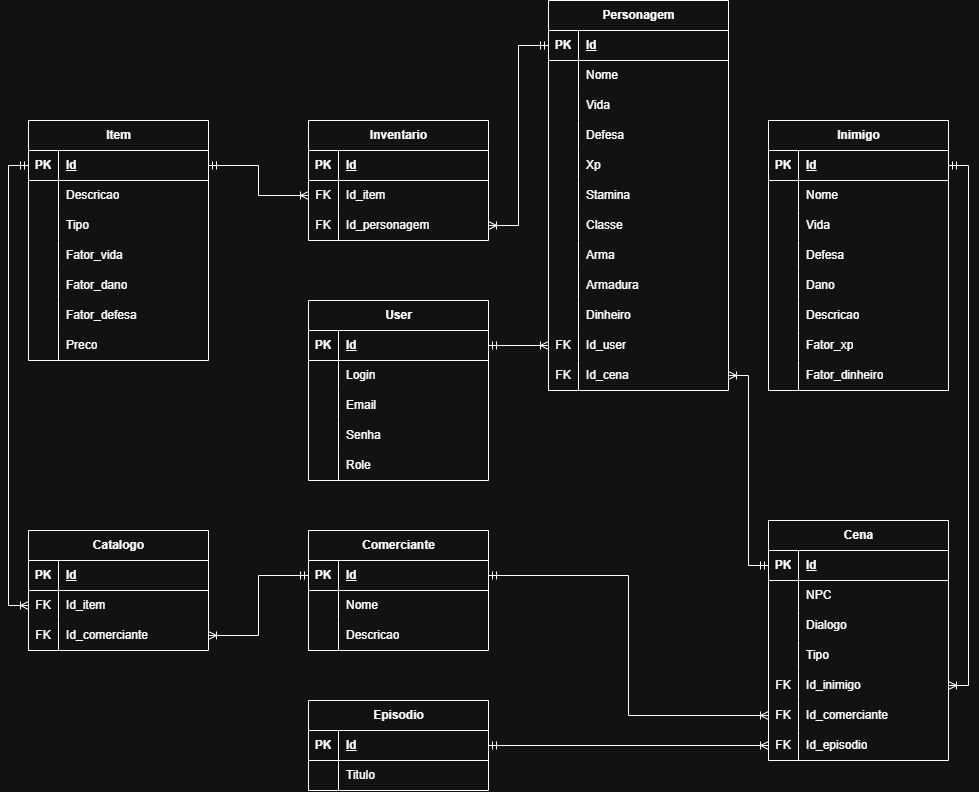
The draw.io diagram doc/diagramas/modelo-banco-de-dados.drawio.png in cp2-dc-info-projeto-final/safigames, before a commit. Source tidied: cells renumbered, new cells last; positions are measured from the earlier drawing's top-left corner, leaving out a move shared by most shapes.
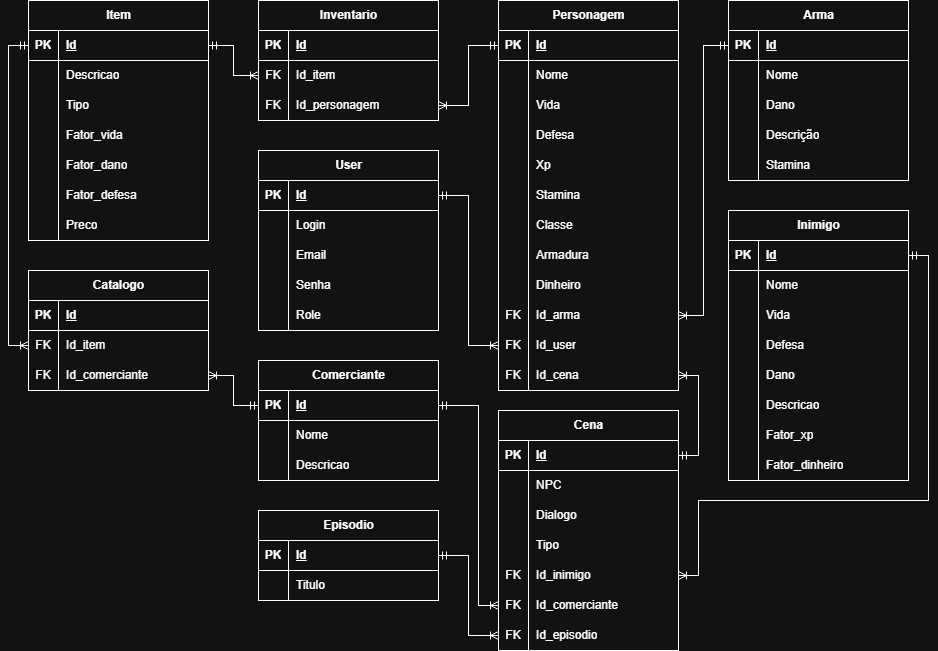
Later version of the same file.

The edit, as a diff of the source:
```diff
@@ -3,7 +3,7 @@
     <mxCell id="0" />
     <mxCell id="1" parent="0" />
     <mxCell id="2" value="User" style="shape=table;startSize=30;rowLines=0;fontStyle=1;align=center;html=1;" parent="1" vertex="1">
-      <mxGeometry x="280" y="300" width="180" height="180" as="geometry" />
+      <mxGeometry x="290" y="240" width="180" height="180" as="geometry" />
     </mxCell>
     <mxCell id="3" style="shape=tableRow;horizontal=0;startSize=0;swimlaneHead=0;swimlaneBody=0;fillColor=none;points=[[0,0.5],[1,0.5]];portConstraint=eastwest;top=0;left=0;right=0;bottom=1;" parent="2" vertex="1">
       <mxGeometry y="30" width="180" height="30" as="geometry" />
@@ -51,7 +51,7 @@
       <mxGeometry x="30" width="150" height="30" as="geometry" />
     </mxCell>
     <mxCell id="18" value="Personagem" style="shape=table;startSize=30;rowLines=0;fontStyle=1;align=center;html=1;" parent="1" vertex="1">
-      <mxGeometry x="520" width="180" height="390" as="geometry" />
+      <mxGeometry x="530" y="90" width="180" height="390" as="geometry" />
     </mxCell>
     <mxCell id="19" style="shape=tableRow;horizontal=0;startSize=0;swimlaneHead=0;swimlaneBody=0;fillColor=none;points=[[0,0.5],[1,0.5]];portConstraint=eastwest;top=0;left=0;right=0;bottom=1;" parent="18" vertex="1">
       <mxGeometry y="30" width="180" height="30" as="geometry" />
@@ -116,17 +116,8 @@
     <mxCell id="39" value="Classe" style="shape=partialRectangle;fillColor=none;top=0;left=0;bottom=0;right=0;align=left;spacingLeft=6;overflow=hidden;whiteSpace=wrap;html=1;" parent="37" vertex="1">
       <mxGeometry x="30" width="150" height="30" as="geometry" />
     </mxCell>
-    <mxCell id="40" style="shape=tableRow;horizontal=0;startSize=0;swimlaneHead=0;swimlaneBody=0;fillColor=none;top=0;left=0;right=0;bottom=0;" parent="18" vertex="1">
-      <mxGeometry y="240" width="180" height="30" as="geometry" />
-    </mxCell>
-    <mxCell id="41" style="shape=partialRectangle;fillColor=none;top=0;left=0;bottom=0;right=0;overflow=hidden;whiteSpace=wrap;html=1;" parent="40" vertex="1">
-      <mxGeometry width="30" height="30" as="geometry" />
-    </mxCell>
-    <mxCell id="42" value="Arma" style="shape=partialRectangle;fillColor=none;top=0;left=0;bottom=0;right=0;align=left;spacingLeft=6;overflow=hidden;whiteSpace=wrap;html=1;" parent="40" vertex="1">
-      <mxGeometry x="30" width="150" height="30" as="geometry" />
-    </mxCell>
     <mxCell id="43" style="shape=tableRow;horizontal=0;startSize=0;swimlaneHead=0;swimlaneBody=0;fillColor=none;top=0;left=0;right=0;bottom=0;" parent="18" vertex="1">
-      <mxGeometry y="270" width="180" height="30" as="geometry" />
+      <mxGeometry y="240" width="180" height="30" as="geometry" />
     </mxCell>
     <mxCell id="44" style="shape=partialRectangle;fillColor=none;top=0;left=0;bottom=0;right=0;overflow=hidden;whiteSpace=wrap;html=1;" parent="43" vertex="1">
       <mxGeometry width="30" height="30" as="geometry" />
@@ -135,7 +126,7 @@
       <mxGeometry x="30" width="150" height="30" as="geometry" />
     </mxCell>
     <mxCell id="46" style="shape=tableRow;horizontal=0;startSize=0;swimlaneHead=0;swimlaneBody=0;fillColor=none;top=0;left=0;right=0;bottom=0;" parent="18" vertex="1">
-      <mxGeometry y="300" width="180" height="30" as="geometry" />
+      <mxGeometry y="270" width="180" height="30" as="geometry" />
     </mxCell>
     <mxCell id="47" style="shape=partialRectangle;fillColor=none;top=0;left=0;bottom=0;right=0;overflow=hidden;whiteSpace=wrap;html=1;" parent="46" vertex="1">
       <mxGeometry width="30" height="30" as="geometry" />
@@ -144,25 +135,34 @@
       <mxGeometry x="30" width="150" height="30" as="geometry" />
     </mxCell>
     <mxCell id="49" style="shape=tableRow;horizontal=0;startSize=0;swimlaneHead=0;swimlaneBody=0;fillColor=none;points=[[0,0.5],[1,0.5]];portConstraint=eastwest;top=0;left=0;right=0;bottom=0;" parent="18" vertex="1">
-      <mxGeometry y="330" width="180" height="30" as="geometry" />
+      <mxGeometry y="300" width="180" height="30" as="geometry" />
     </mxCell>
     <mxCell id="50" value="FK" style="shape=partialRectangle;fillColor=none;top=0;left=0;bottom=0;right=0;overflow=hidden;whiteSpace=wrap;html=1;" parent="49" vertex="1">
       <mxGeometry width="30" height="30" as="geometry" />
     </mxCell>
-    <mxCell id="51" value="Id_user" style="shape=partialRectangle;fillColor=none;top=0;left=0;bottom=0;right=0;align=left;spacingLeft=6;overflow=hidden;whiteSpace=wrap;html=1;" parent="49" vertex="1">
+    <mxCell id="51" value="Id_arma" style="shape=partialRectangle;fillColor=none;top=0;left=0;bottom=0;right=0;align=left;spacingLeft=6;overflow=hidden;whiteSpace=wrap;html=1;" parent="49" vertex="1">
       <mxGeometry x="30" width="150" height="30" as="geometry" />
     </mxCell>
     <mxCell id="52" style="shape=tableRow;horizontal=0;startSize=0;swimlaneHead=0;swimlaneBody=0;fillColor=none;points=[[0,0.5],[1,0.5]];portConstraint=eastwest;top=0;left=0;right=0;bottom=0;" parent="18" vertex="1">
-      <mxGeometry y="360" width="180" height="30" as="geometry" />
+      <mxGeometry y="330" width="180" height="30" as="geometry" />
     </mxCell>
     <mxCell id="53" value="FK" style="shape=partialRectangle;fillColor=none;top=0;left=0;bottom=0;right=0;overflow=hidden;whiteSpace=wrap;html=1;" parent="52" vertex="1">
       <mxGeometry width="30" height="30" as="geometry" />
     </mxCell>
-    <mxCell id="54" value="Id_cena" style="shape=partialRectangle;fillColor=none;top=0;left=0;bottom=0;right=0;align=left;spacingLeft=6;overflow=hidden;whiteSpace=wrap;html=1;" parent="52" vertex="1">
+    <mxCell id="54" value="Id_user" style="shape=partialRectangle;fillColor=none;top=0;left=0;bottom=0;right=0;align=left;spacingLeft=6;overflow=hidden;whiteSpace=wrap;html=1;" parent="52" vertex="1">
       <mxGeometry x="30" width="150" height="30" as="geometry" />
     </mxCell>
+    <mxCell id="170" style="shape=tableRow;horizontal=0;startSize=0;swimlaneHead=0;swimlaneBody=0;fillColor=none;points=[[0,0.5],[1,0.5]];portConstraint=eastwest;top=0;left=0;right=0;bottom=0;" parent="18" vertex="1">
+      <mxGeometry y="360" width="180" height="30" as="geometry" />
+    </mxCell>
+    <mxCell id="171" value="FK" style="shape=partialRectangle;fillColor=none;top=0;left=0;bottom=0;right=0;overflow=hidden;whiteSpace=wrap;html=1;" parent="170" vertex="1">
+      <mxGeometry width="30" height="30" as="geometry" />
+    </mxCell>
+    <mxCell id="172" value="Id_cena" style="shape=partialRectangle;fillColor=none;top=0;left=0;bottom=0;right=0;align=left;spacingLeft=6;overflow=hidden;whiteSpace=wrap;html=1;" parent="170" vertex="1">
+      <mxGeometry x="30" width="150" height="30" as="geometry" />
+    </mxCell>
     <mxCell id="55" value="Cena" style="shape=table;startSize=30;rowLines=0;fontStyle=1;align=center;html=1;" parent="1" vertex="1">
-      <mxGeometry x="740" y="520" width="180" height="240" as="geometry" />
+      <mxGeometry x="530" y="500" width="180" height="240" as="geometry" />
     </mxCell>
     <mxCell id="56" style="shape=tableRow;horizontal=0;startSize=0;swimlaneHead=0;swimlaneBody=0;fillColor=none;points=[[0,0.5],[1,0.5]];portConstraint=eastwest;top=0;left=0;right=0;bottom=1;" parent="55" vertex="1">
       <mxGeometry y="30" width="180" height="30" as="geometry" />
@@ -228,7 +228,7 @@
       <mxGeometry x="30" width="150" height="30" as="geometry" />
     </mxCell>
     <mxCell id="77" value="Inventario" style="shape=table;startSize=30;rowLines=0;fontStyle=1;align=center;html=1;" parent="1" vertex="1">
-      <mxGeometry x="280" y="120" width="180" height="120" as="geometry" />
+      <mxGeometry x="290" y="90" width="180" height="120" as="geometry" />
     </mxCell>
     <mxCell id="78" style="shape=tableRow;horizontal=0;startSize=0;swimlaneHead=0;swimlaneBody=0;fillColor=none;top=0;left=0;right=0;bottom=1;" parent="77" vertex="1">
       <mxGeometry y="30" width="180" height="30" as="geometry" />
@@ -258,7 +258,7 @@
       <mxGeometry x="30" width="150" height="30" as="geometry" />
     </mxCell>
     <mxCell id="87" value="Item" style="shape=table;startSize=30;rowLines=0;fontStyle=1;align=center;html=1;" parent="1" vertex="1">
-      <mxGeometry y="120" width="180" height="240" as="geometry" />
+      <mxGeometry x="60" y="90" width="180" height="240" as="geometry" />
     </mxCell>
     <mxCell id="88" style="shape=tableRow;horizontal=0;startSize=0;swimlaneHead=0;swimlaneBody=0;fillColor=none;points=[[0,0.5],[1,0.5]];portConstraint=eastwest;top=0;left=0;right=0;bottom=1;" parent="87" vertex="1">
       <mxGeometry y="30" width="180" height="30" as="geometry" />
@@ -324,7 +324,7 @@
       <mxGeometry x="30" width="150" height="30" as="geometry" />
     </mxCell>
     <mxCell id="109" value="Episodio" style="shape=table;startSize=30;rowLines=0;fontStyle=1;align=center;html=1;" parent="1" vertex="1">
-      <mxGeometry x="280" y="700" width="180" height="90" as="geometry" />
+      <mxGeometry x="290" y="600" width="180" height="90" as="geometry" />
     </mxCell>
     <mxCell id="110" style="shape=tableRow;horizontal=0;startSize=0;swimlaneHead=0;swimlaneBody=0;fillColor=none;points=[[0,0.5],[1,0.5]];portConstraint=eastwest;top=0;left=0;right=0;bottom=1;" parent="109" vertex="1">
       <mxGeometry y="30" width="180" height="30" as="geometry" />
@@ -345,7 +345,7 @@
       <mxGeometry x="30" width="150" height="30" as="geometry" />
     </mxCell>
     <mxCell id="116" value="Inimigo" style="shape=table;startSize=30;rowLines=0;fontStyle=1;align=center;html=1;" parent="1" vertex="1">
-      <mxGeometry x="740" y="120" width="180" height="270" as="geometry" />
+      <mxGeometry x="760" y="300" width="180" height="270" as="geometry" />
     </mxCell>
     <mxCell id="117" style="shape=tableRow;horizontal=0;startSize=0;swimlaneHead=0;swimlaneBody=0;fillColor=none;points=[[0,0.5],[1,0.5]];portConstraint=eastwest;top=0;left=0;right=0;bottom=1;" parent="116" vertex="1">
       <mxGeometry y="30" width="180" height="30" as="geometry" />
@@ -420,7 +420,7 @@
       <mxGeometry x="30" width="150" height="30" as="geometry" />
     </mxCell>
     <mxCell id="141" value="Catalogo" style="shape=table;startSize=30;rowLines=0;fontStyle=1;align=center;html=1;" parent="1" vertex="1">
-      <mxGeometry y="530" width="180" height="120" as="geometry" />
+      <mxGeometry x="60" y="360" width="180" height="120" as="geometry" />
     </mxCell>
     <mxCell id="142" style="shape=tableRow;horizontal=0;startSize=0;swimlaneHead=0;swimlaneBody=0;fillColor=none;top=0;left=0;right=0;bottom=1;" parent="141" vertex="1">
       <mxGeometry y="30" width="180" height="30" as="geometry" />
@@ -450,7 +450,7 @@
       <mxGeometry x="30" width="150" height="30" as="geometry" />
     </mxCell>
     <mxCell id="151" value="Comerciante" style="shape=table;startSize=30;rowLines=0;fontStyle=1;align=center;html=1;" parent="1" vertex="1">
-      <mxGeometry x="280" y="530" width="180" height="120" as="geometry" />
+      <mxGeometry x="290" y="450" width="180" height="120" as="geometry" />
     </mxCell>
     <mxCell id="152" style="shape=tableRow;horizontal=0;startSize=0;swimlaneHead=0;swimlaneBody=0;fillColor=none;points=[[0,0.5],[1,0.5]];portConstraint=eastwest;top=0;left=0;right=0;bottom=1;" parent="151" vertex="1">
       <mxGeometry y="30" width="180" height="30" as="geometry" />
@@ -479,11 +479,18 @@
     <mxCell id="160" value="Descricao" style="shape=partialRectangle;fillColor=none;top=0;left=0;bottom=0;right=0;align=left;spacingLeft=6;overflow=hidden;whiteSpace=wrap;html=1;" parent="158" vertex="1">
       <mxGeometry x="30" width="150" height="30" as="geometry" />
     </mxCell>
-    <mxCell id="161" style="edgeStyle=orthogonalEdgeStyle;rounded=0;jettySize=auto;html=1;exitX=1;exitY=0.5;exitDx=0;exitDy=0;entryX=0;entryY=0.5;entryDx=0;entryDy=0;endArrow=ERmandOne;endFill=0;startArrow=ERoneToMany;startFill=0;" parent="1" edge="1" source="52" target="56">
+    <mxCell id="161" style="edgeStyle=orthogonalEdgeStyle;rounded=0;jettySize=auto;html=1;entryX=1;entryY=0.5;entryDx=0;entryDy=0;endArrow=ERmandOne;endFill=0;startArrow=ERoneToMany;startFill=0;exitX=1;exitY=0.5;exitDx=0;exitDy=0;" parent="1" edge="1" source="170" target="56">
       <mxGeometry relative="1" as="geometry" />
     </mxCell>
     <mxCell id="162" style="edgeStyle=orthogonalEdgeStyle;rounded=0;jettySize=auto;html=1;exitX=1;exitY=0.5;exitDx=0;exitDy=0;entryX=1;entryY=0.5;entryDx=0;entryDy=0;endArrow=ERoneToMany;endFill=0;startArrow=ERmandOne;startFill=0;" parent="1" edge="1" source="117" target="68">
-      <mxGeometry relative="1" as="geometry" />
+      <mxGeometry relative="1" as="geometry">
+        <Array as="points">
+          <mxPoint x="960" y="345" />
+          <mxPoint x="960" y="590" />
+          <mxPoint x="730" y="590" />
+          <mxPoint x="730" y="665" />
+        </Array>
+      </mxGeometry>
     </mxCell>
     <mxCell id="163" style="edgeStyle=orthogonalEdgeStyle;rounded=0;jettySize=auto;html=1;exitX=0;exitY=0.5;exitDx=0;exitDy=0;entryX=1;entryY=0.5;entryDx=0;entryDy=0;startArrow=ERoneToMany;startFill=0;endArrow=ERmandOne;endFill=0;" parent="1" edge="1" source="74" target="110">
       <mxGeometry relative="1" as="geometry" />
@@ -500,11 +507,67 @@
     <mxCell id="167" style="edgeStyle=orthogonalEdgeStyle;rounded=0;jettySize=auto;html=1;exitX=1;exitY=0.5;exitDx=0;exitDy=0;entryX=0;entryY=0.5;entryDx=0;entryDy=0;startArrow=ERoneToMany;startFill=0;endArrow=ERmandOne;endFill=0;" parent="1" edge="1" source="84" target="19">
       <mxGeometry relative="1" as="geometry" />
     </mxCell>
-    <mxCell id="168" style="edgeStyle=orthogonalEdgeStyle;rounded=0;jettySize=auto;html=1;exitX=1;exitY=0.5;exitDx=0;exitDy=0;entryX=0;entryY=0.5;entryDx=0;entryDy=0;endArrow=ERoneToMany;endFill=0;startArrow=ERmandOne;startFill=0;" parent="1" edge="1" source="3" target="49">
+    <mxCell id="168" style="edgeStyle=orthogonalEdgeStyle;rounded=0;jettySize=auto;html=1;exitX=1;exitY=0.5;exitDx=0;exitDy=0;entryX=0;entryY=0.5;entryDx=0;entryDy=0;endArrow=ERoneToMany;endFill=0;startArrow=ERmandOne;startFill=0;" parent="1" edge="1" source="3" target="52">
       <mxGeometry relative="1" as="geometry" />
     </mxCell>
     <mxCell id="169" style="edgeStyle=orthogonalEdgeStyle;rounded=0;jettySize=auto;html=1;exitX=1;exitY=0.5;exitDx=0;exitDy=0;entryX=0;entryY=0.5;entryDx=0;entryDy=0;endArrow=ERoneToMany;endFill=0;startArrow=ERmandOne;startFill=0;" parent="1" edge="1" source="152" target="71">
-      <mxGeometry relative="1" as="geometry" />
+      <mxGeometry relative="1" as="geometry">
+        <Array as="points">
+          <mxPoint x="510" y="495" />
+          <mxPoint x="510" y="695" />
+        </Array>
+      </mxGeometry>
     </mxCell>
+    <mxCell id="42" value="Arma" style="shape=table;startSize=30;rowLines=0;fontStyle=1;align=center;html=1;" parent="1" vertex="1">
+      <mxGeometry x="760" y="90" width="180" height="180" as="geometry" />
+    </mxCell>
+    <mxCell id="173" style="shape=tableRow;horizontal=0;startSize=0;swimlaneHead=0;swimlaneBody=0;fillColor=none;points=[[0,0.5],[1,0.5]];portConstraint=eastwest;top=0;left=0;right=0;bottom=1;" parent="42" vertex="1">
+      <mxGeometry y="30" width="180" height="30" as="geometry" />
+    </mxCell>
+    <mxCell id="174" value="PK" style="shape=partialRectangle;fillColor=none;top=0;left=0;bottom=0;right=0;fontStyle=1;overflow=hidden;whiteSpace=wrap;html=1;" parent="173" vertex="1">
+      <mxGeometry width="30" height="30" as="geometry" />
+    </mxCell>
+    <mxCell id="175" value="Id" style="shape=partialRectangle;fillColor=none;top=0;left=0;bottom=0;right=0;align=left;spacingLeft=6;fontStyle=5;overflow=hidden;whiteSpace=wrap;html=1;" parent="173" vertex="1">
+      <mxGeometry x="30" width="150" height="30" as="geometry" />
+    </mxCell>
+    <mxCell id="176" style="shape=tableRow;horizontal=0;startSize=0;swimlaneHead=0;swimlaneBody=0;fillColor=none;top=0;left=0;right=0;bottom=0;" parent="42" vertex="1">
+      <mxGeometry y="60" width="180" height="30" as="geometry" />
+    </mxCell>
+    <mxCell id="177" style="shape=partialRectangle;fillColor=none;top=0;left=0;bottom=0;right=0;overflow=hidden;whiteSpace=wrap;html=1;" parent="176" vertex="1">
+      <mxGeometry width="30" height="30" as="geometry" />
+    </mxCell>
+    <mxCell id="178" value="Nome" style="shape=partialRectangle;fillColor=none;top=0;left=0;bottom=0;right=0;align=left;spacingLeft=6;overflow=hidden;whiteSpace=wrap;html=1;" parent="176" vertex="1">
+      <mxGeometry x="30" width="150" height="30" as="geometry" />
+    </mxCell>
+    <mxCell id="179" style="shape=tableRow;horizontal=0;startSize=0;swimlaneHead=0;swimlaneBody=0;fillColor=none;top=0;left=0;right=0;bottom=0;" parent="42" vertex="1">
+      <mxGeometry y="90" width="180" height="30" as="geometry" />
+    </mxCell>
+    <mxCell id="180" style="shape=partialRectangle;fillColor=none;top=0;left=0;bottom=0;right=0;overflow=hidden;whiteSpace=wrap;html=1;" parent="179" vertex="1">
+      <mxGeometry width="30" height="30" as="geometry" />
+    </mxCell>
+    <mxCell id="181" value="Dano" style="shape=partialRectangle;fillColor=none;top=0;left=0;bottom=0;right=0;align=left;spacingLeft=6;overflow=hidden;whiteSpace=wrap;html=1;" parent="179" vertex="1">
+      <mxGeometry x="30" width="150" height="30" as="geometry" />
+    </mxCell>
+    <mxCell id="182" style="shape=tableRow;horizontal=0;startSize=0;swimlaneHead=0;swimlaneBody=0;fillColor=none;top=0;left=0;right=0;bottom=0;" parent="42" vertex="1">
+      <mxGeometry y="120" width="180" height="30" as="geometry" />
+    </mxCell>
+    <mxCell id="183" style="shape=partialRectangle;fillColor=none;top=0;left=0;bottom=0;right=0;overflow=hidden;whiteSpace=wrap;html=1;" parent="182" vertex="1">
+      <mxGeometry width="30" height="30" as="geometry" />
+    </mxCell>
+    <mxCell id="184" value="Descrição" style="shape=partialRectangle;fillColor=none;top=0;left=0;bottom=0;right=0;align=left;spacingLeft=6;overflow=hidden;whiteSpace=wrap;html=1;" parent="182" vertex="1">
+      <mxGeometry x="30" width="150" height="30" as="geometry" />
+    </mxCell>
+    <mxCell id="185" style="shape=tableRow;horizontal=0;startSize=0;swimlaneHead=0;swimlaneBody=0;fillColor=none;top=0;left=0;right=0;bottom=0;" parent="42" vertex="1">
+      <mxGeometry y="150" width="180" height="30" as="geometry" />
+    </mxCell>
+    <mxCell id="186" style="shape=partialRectangle;fillColor=none;top=0;left=0;bottom=0;right=0;overflow=hidden;whiteSpace=wrap;html=1;" parent="185" vertex="1">
+      <mxGeometry width="30" height="30" as="geometry" />
+    </mxCell>
+    <mxCell id="187" value="Stamina" style="shape=partialRectangle;fillColor=none;top=0;left=0;bottom=0;right=0;align=left;spacingLeft=6;overflow=hidden;whiteSpace=wrap;html=1;" parent="185" vertex="1">
+      <mxGeometry x="30" width="150" height="30" as="geometry" />
+    </mxCell>
+    <mxCell id="188" style="edgeStyle=orthogonalEdgeStyle;rounded=0;jettySize=auto;html=1;exitX=0;exitY=0.5;exitDx=0;exitDy=0;entryX=1;entryY=0.5;entryDx=0;entryDy=0;startArrow=ERmandOne;startFill=0;endArrow=ERoneToMany;endFill=0;" parent="1" edge="1" source="173" target="49">
+      <mxGeometry relative="1" as="geometry" />
+    </mxCell>
   </root>
 </mxGraphModel>
```
